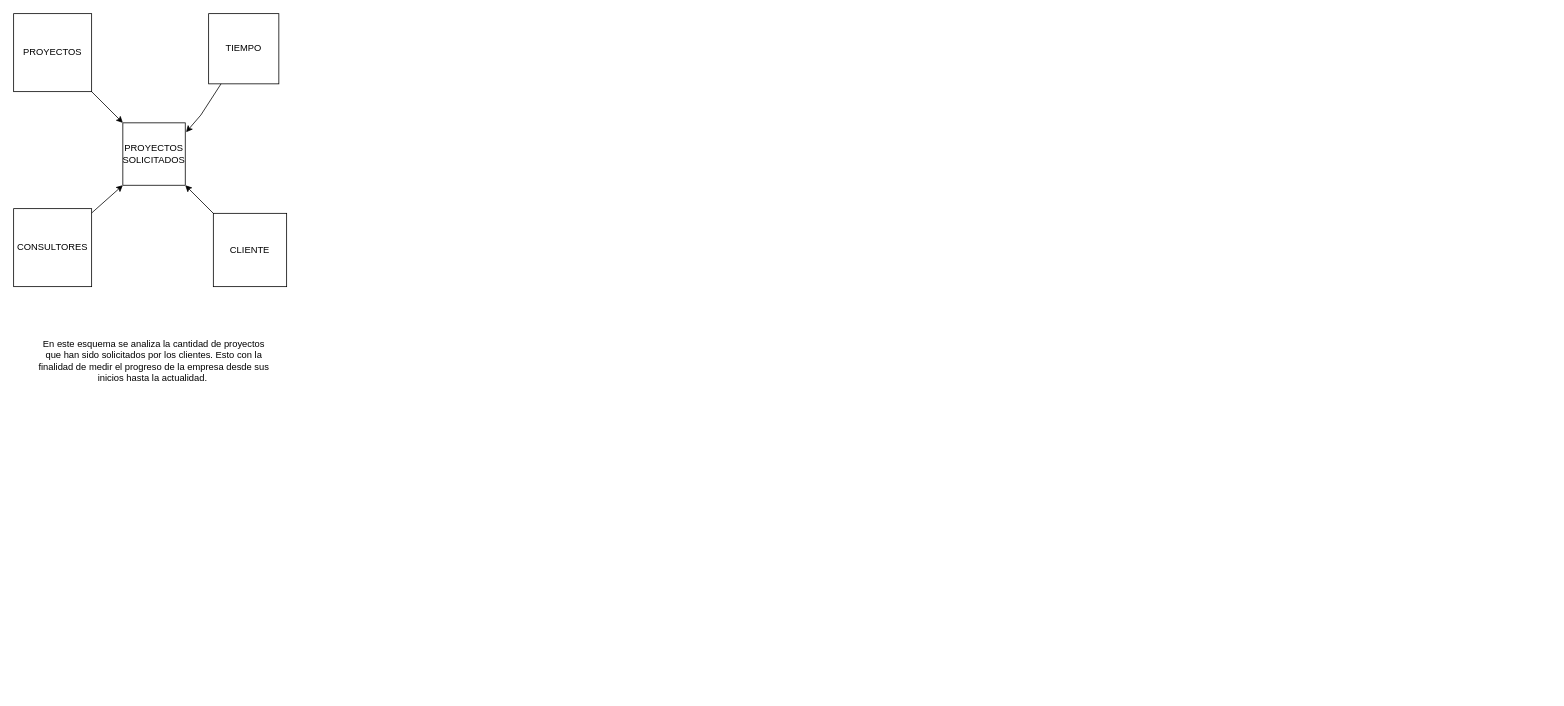
Earlier version of the draw.io diagram page "Esquema 2" (2 of 3) of Diagrama sin título.drawio (itslourdes/lourdesvaca). Source tidied: cells renumbered, new cells numbered last; positions are measured from the earlier drawing's top-left corner, leaving out a move shared by most shapes. Both pictures are drawn from the tidied source at 78%, with x=0, y=0 at pixel (13, 13).
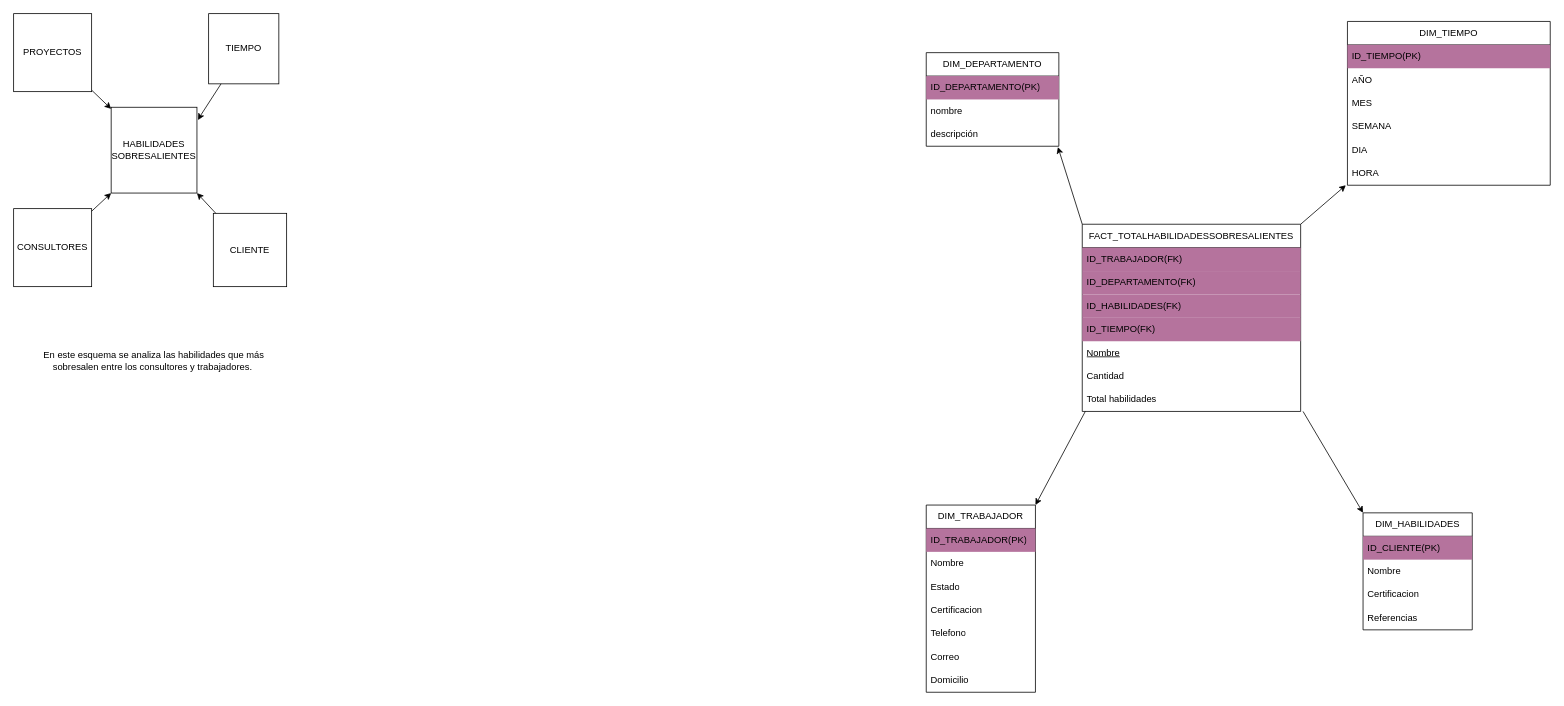
The same page after the edit.

Change to the diagram source:
```diff
@@
-    <mxCell id="2" value="PROYECTOS SOLICITADOS" style="whiteSpace=wrap;html=1;" parent="1" vertex="1">
-      <mxGeometry x="140" y="140" width="80" height="80" as="geometry" />
+    <mxCell id="2" value="HABILIDADES SOBRESALIENTES" style="whiteSpace=wrap;html=1;" parent="1" vertex="1">
+      <mxGeometry x="125" y="120" width="110" height="110" as="geometry" />
     </mxCell>
@@
-    <mxCell id="11" value="En este esquema se analiza la cantidad de proyectos que han sido solicitados por los clientes. Esto con la finalidad de medir el progreso de la empresa desde sus inicios hasta la actualidad.&amp;nbsp;" style="text;html=1;strokeColor=none;fillColor=none;align=center;verticalAlign=middle;whiteSpace=wrap;rounded=0;" parent="1" vertex="1">
+    <mxCell id="11" value="En este esquema se analiza las habilidades que más sobresalen entre los consultores y trabajadores.&amp;nbsp;" style="text;html=1;strokeColor=none;fillColor=none;align=center;verticalAlign=middle;whiteSpace=wrap;rounded=0;" parent="1" vertex="1">
       <mxGeometry x="30" y="430" width="300" height="30" as="geometry" />
     </mxCell>
+    <mxCell id="12" value="FACT_TOTALHABILIDADESSOBRESALIENTES" style="swimlane;fontStyle=0;horizontal=1;startSize=30;whiteSpace=wrap;html=1;" parent="1" vertex="1">
+      <mxGeometry x="1370" y="270" width="280" height="240" as="geometry" />
+    </mxCell>
+    <mxCell id="13" value="ID_TRABAJADOR(FK)" style="text;strokeColor=none;fillColor=#B5739D;align=left;verticalAlign=middle;spacingLeft=4;spacingRight=4;overflow=hidden;whiteSpace=wrap;html=1;" parent="12" vertex="1">
+      <mxGeometry y="30" width="280" height="30" as="geometry" />
+    </mxCell>
+    <mxCell id="14" value="ID_DEPARTAMENTO(FK)" style="text;strokeColor=none;fillColor=#B5739D;align=left;verticalAlign=middle;spacingLeft=4;spacingRight=4;overflow=hidden;whiteSpace=wrap;html=1;" parent="12" vertex="1">
+      <mxGeometry y="60" width="280" height="30" as="geometry" />
+    </mxCell>
+    <mxCell id="15" value="ID_HABILIDADES(FK)" style="text;strokeColor=none;fillColor=#B5739D;align=left;verticalAlign=middle;spacingLeft=4;spacingRight=4;overflow=hidden;whiteSpace=wrap;html=1;" parent="12" vertex="1">
+      <mxGeometry y="90" width="280" height="30" as="geometry" />
+    </mxCell>
+    <mxCell id="16" value="ID_TIEMPO(FK)" style="text;strokeColor=none;fillColor=#B5739D;align=left;verticalAlign=middle;spacingLeft=4;spacingRight=4;overflow=hidden;whiteSpace=wrap;html=1;" parent="12" vertex="1">
+      <mxGeometry y="120" width="280" height="30" as="geometry" />
+    </mxCell>
+    <mxCell id="17" value="&lt;u&gt;Nombre&lt;/u&gt;" style="text;strokeColor=none;fillColor=none;align=left;verticalAlign=middle;spacingLeft=4;spacingRight=4;overflow=hidden;whiteSpace=wrap;html=1;" parent="12" vertex="1">
+      <mxGeometry y="150" width="280" height="30" as="geometry" />
+    </mxCell>
+    <mxCell id="18" value="Cantidad" style="text;strokeColor=none;fillColor=none;align=left;verticalAlign=middle;spacingLeft=4;spacingRight=4;overflow=hidden;whiteSpace=wrap;html=1;" parent="12" vertex="1">
+      <mxGeometry y="180" width="280" height="30" as="geometry" />
+    </mxCell>
+    <mxCell id="19" value="Total habilidades" style="text;strokeColor=none;fillColor=none;align=left;verticalAlign=middle;spacingLeft=4;spacingRight=4;overflow=hidden;points=[[0,0.5],[1,0.5]];portConstraint=eastwest;whiteSpace=wrap;html=1;" parent="12" vertex="1">
+      <mxGeometry y="210" width="280" height="30" as="geometry" />
+    </mxCell>
+    <mxCell id="20" value="DIM_TIEMPO" style="swimlane;fontStyle=0;horizontal=1;startSize=30;whiteSpace=wrap;html=1;" parent="1" vertex="1">
+      <mxGeometry x="1710" y="10" width="260" height="210" as="geometry" />
+    </mxCell>
+    <mxCell id="21" value="ID_TIEMPO(PK)" style="text;strokeColor=none;fillColor=#B5739D;align=left;verticalAlign=middle;spacingLeft=4;spacingRight=4;overflow=hidden;whiteSpace=wrap;html=1;" parent="20" vertex="1">
+      <mxGeometry y="30" width="260" height="30" as="geometry" />
+    </mxCell>
+    <mxCell id="22" value="AÑO" style="text;strokeColor=none;fillColor=none;align=left;verticalAlign=middle;spacingLeft=4;spacingRight=4;overflow=hidden;whiteSpace=wrap;html=1;" parent="20" vertex="1">
+      <mxGeometry y="60" width="260" height="30" as="geometry" />
+    </mxCell>
+    <mxCell id="23" value="MES" style="text;strokeColor=none;fillColor=none;align=left;verticalAlign=middle;spacingLeft=4;spacingRight=4;overflow=hidden;whiteSpace=wrap;html=1;" parent="20" vertex="1">
+      <mxGeometry y="90" width="260" height="30" as="geometry" />
+    </mxCell>
+    <mxCell id="24" value="SEMANA" style="text;strokeColor=none;fillColor=none;align=left;verticalAlign=middle;spacingLeft=4;spacingRight=4;overflow=hidden;whiteSpace=wrap;html=1;" parent="20" vertex="1">
+      <mxGeometry y="120" width="260" height="30" as="geometry" />
+    </mxCell>
+    <mxCell id="25" value="DIA" style="text;strokeColor=none;fillColor=none;align=left;verticalAlign=middle;spacingLeft=4;spacingRight=4;overflow=hidden;whiteSpace=wrap;html=1;" parent="20" vertex="1">
+      <mxGeometry y="150" width="260" height="30" as="geometry" />
+    </mxCell>
+    <mxCell id="26" value="HORA" style="text;strokeColor=none;fillColor=none;align=left;verticalAlign=middle;spacingLeft=4;spacingRight=4;overflow=hidden;points=[[0,0.5],[1,0.5]];portConstraint=eastwest;whiteSpace=wrap;html=1;" parent="20" vertex="1">
+      <mxGeometry y="180" width="260" height="30" as="geometry" />
+    </mxCell>
+    <mxCell id="27" value="DIM_HABILIDADES" style="swimlane;fontStyle=0;horizontal=1;startSize=30;whiteSpace=wrap;html=1;" parent="1" vertex="1">
+      <mxGeometry x="1730" y="640" width="140" height="150" as="geometry" />
+    </mxCell>
+    <mxCell id="28" value="ID_CLIENTE(PK)" style="text;strokeColor=none;fillColor=#B5739D;align=left;verticalAlign=middle;spacingLeft=4;spacingRight=4;overflow=hidden;whiteSpace=wrap;html=1;" parent="27" vertex="1">
+      <mxGeometry y="30" width="140" height="30" as="geometry" />
+    </mxCell>
+    <mxCell id="29" value="Nombre" style="text;strokeColor=none;fillColor=none;align=left;verticalAlign=middle;spacingLeft=4;spacingRight=4;overflow=hidden;whiteSpace=wrap;html=1;" parent="27" vertex="1">
+      <mxGeometry y="60" width="140" height="30" as="geometry" />
+    </mxCell>
+    <mxCell id="30" value="Certificacion" style="text;strokeColor=none;fillColor=none;align=left;verticalAlign=middle;spacingLeft=4;spacingRight=4;overflow=hidden;whiteSpace=wrap;html=1;" parent="27" vertex="1">
+      <mxGeometry y="90" width="140" height="30" as="geometry" />
+    </mxCell>
+    <mxCell id="31" value="Referencias" style="text;strokeColor=none;fillColor=none;align=left;verticalAlign=middle;spacingLeft=4;spacingRight=4;overflow=hidden;whiteSpace=wrap;html=1;" parent="27" vertex="1">
+      <mxGeometry y="120" width="140" height="30" as="geometry" />
+    </mxCell>
+    <mxCell id="32" value="DIM_TRABAJADOR" style="swimlane;fontStyle=0;horizontal=1;startSize=30;whiteSpace=wrap;html=1;" parent="1" vertex="1">
+      <mxGeometry x="1170" y="630" width="140" height="240" as="geometry" />
+    </mxCell>
+    <mxCell id="33" value="ID_TRABAJADOR(PK)" style="text;strokeColor=none;fillColor=#B5739D;align=left;verticalAlign=middle;spacingLeft=4;spacingRight=4;overflow=hidden;whiteSpace=wrap;html=1;" parent="32" vertex="1">
+      <mxGeometry y="30" width="140" height="30" as="geometry" />
+    </mxCell>
+    <mxCell id="34" value="Nombre" style="text;strokeColor=none;fillColor=none;align=left;verticalAlign=middle;spacingLeft=4;spacingRight=4;overflow=hidden;whiteSpace=wrap;html=1;" parent="32" vertex="1">
+      <mxGeometry y="60" width="140" height="30" as="geometry" />
+    </mxCell>
+    <mxCell id="35" value="Estado" style="text;strokeColor=none;fillColor=none;align=left;verticalAlign=middle;spacingLeft=4;spacingRight=4;overflow=hidden;whiteSpace=wrap;html=1;" parent="32" vertex="1">
+      <mxGeometry y="90" width="140" height="30" as="geometry" />
+    </mxCell>
+    <mxCell id="36" value="Certificacion" style="text;strokeColor=none;fillColor=none;align=left;verticalAlign=middle;spacingLeft=4;spacingRight=4;overflow=hidden;whiteSpace=wrap;html=1;" parent="32" vertex="1">
+      <mxGeometry y="120" width="140" height="30" as="geometry" />
+    </mxCell>
+    <mxCell id="37" value="Telefono" style="text;strokeColor=none;fillColor=none;align=left;verticalAlign=middle;spacingLeft=4;spacingRight=4;overflow=hidden;whiteSpace=wrap;html=1;" parent="32" vertex="1">
+      <mxGeometry y="150" width="140" height="30" as="geometry" />
+    </mxCell>
+    <mxCell id="38" value="Correo" style="text;strokeColor=none;fillColor=none;align=left;verticalAlign=middle;spacingLeft=4;spacingRight=4;overflow=hidden;whiteSpace=wrap;html=1;" parent="32" vertex="1">
+      <mxGeometry y="180" width="140" height="30" as="geometry" />
+    </mxCell>
+    <mxCell id="39" value="Domicilio" style="text;strokeColor=none;fillColor=none;align=left;verticalAlign=middle;spacingLeft=4;spacingRight=4;overflow=hidden;whiteSpace=wrap;html=1;" parent="32" vertex="1">
+      <mxGeometry y="210" width="140" height="30" as="geometry" />
+    </mxCell>
+    <mxCell id="40" value="DIM_DEPARTAMENTO" style="swimlane;fontStyle=0;horizontal=1;startSize=30;whiteSpace=wrap;html=1;" parent="1" vertex="1">
+      <mxGeometry x="1170" y="50" width="170" height="120" as="geometry" />
+    </mxCell>
+    <mxCell id="41" value="ID_DEPARTAMENTO(PK)" style="text;strokeColor=none;fillColor=#B5739D;align=left;verticalAlign=middle;spacingLeft=4;spacingRight=4;overflow=hidden;whiteSpace=wrap;html=1;" parent="40" vertex="1">
+      <mxGeometry y="30" width="170" height="30" as="geometry" />
+    </mxCell>
+    <mxCell id="42" value="nombre" style="text;strokeColor=none;fillColor=none;align=left;verticalAlign=middle;spacingLeft=4;spacingRight=4;overflow=hidden;whiteSpace=wrap;html=1;" parent="40" vertex="1">
+      <mxGeometry y="60" width="170" height="30" as="geometry" />
+    </mxCell>
+    <mxCell id="43" value="descripción" style="text;strokeColor=none;fillColor=none;align=left;verticalAlign=middle;spacingLeft=4;spacingRight=4;overflow=hidden;points=[[0,0.5],[1,0.5]];portConstraint=eastwest;whiteSpace=wrap;html=1;" parent="40" vertex="1">
+      <mxGeometry y="90" width="170" height="30" as="geometry" />
+    </mxCell>
+    <mxCell id="44" style="rounded=0;jettySize=auto;html=1;entryX=0;entryY=0;entryDx=0;entryDy=0;exitX=1.011;exitY=1;exitDx=0;exitDy=0;exitPerimeter=0;" parent="1" edge="1" source="19" target="27">
+      <mxGeometry relative="1" as="geometry" />
+    </mxCell>
+    <mxCell id="45" style="rounded=0;jettySize=auto;html=1;entryX=1;entryY=0;entryDx=0;entryDy=0;exitX=0.014;exitY=1;exitDx=0;exitDy=0;exitPerimeter=0;" parent="1" edge="1" source="19" target="32">
+      <mxGeometry relative="1" as="geometry" />
+    </mxCell>
+    <mxCell id="46" style="rounded=0;jettySize=auto;html=1;entryX=-0.008;entryY=1;entryDx=0;entryDy=0;exitX=1;exitY=0;exitDx=0;exitDy=0;entryPerimeter=0;" parent="1" edge="1" source="12" target="26">
+      <mxGeometry relative="1" as="geometry" />
+    </mxCell>
+    <mxCell id="47" style="rounded=0;jettySize=auto;html=1;entryX=0.993;entryY=1.033;entryDx=0;entryDy=0;exitX=0;exitY=0;exitDx=0;exitDy=0;entryPerimeter=0;" parent="1" edge="1" source="12" target="43">
+      <mxGeometry relative="1" as="geometry" />
+    </mxCell>
```
